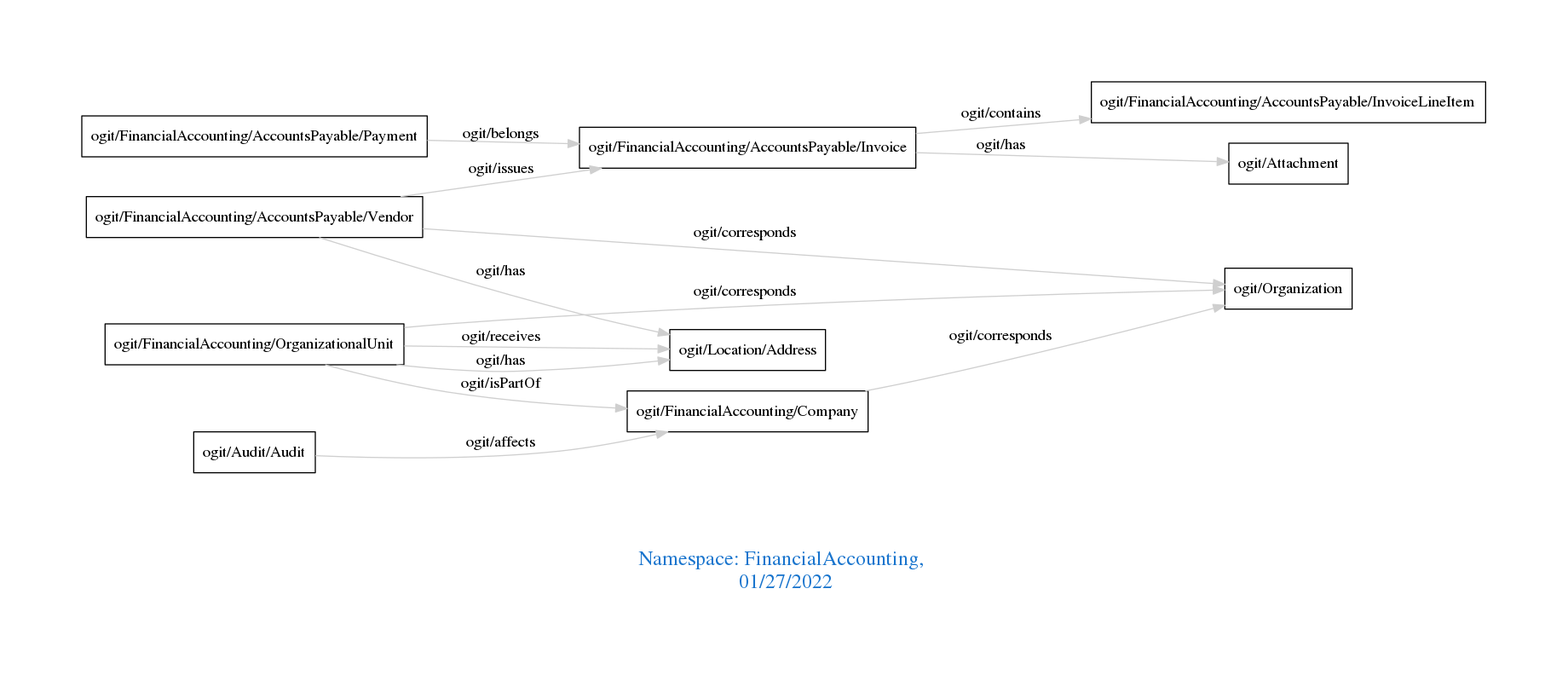
arago/OGIT keeps this Graphviz diagram as downloads/FinancialAccounting.png. Above is the earlier version. Its source is kept beside it as downloads/FinancialAccounting.dot.
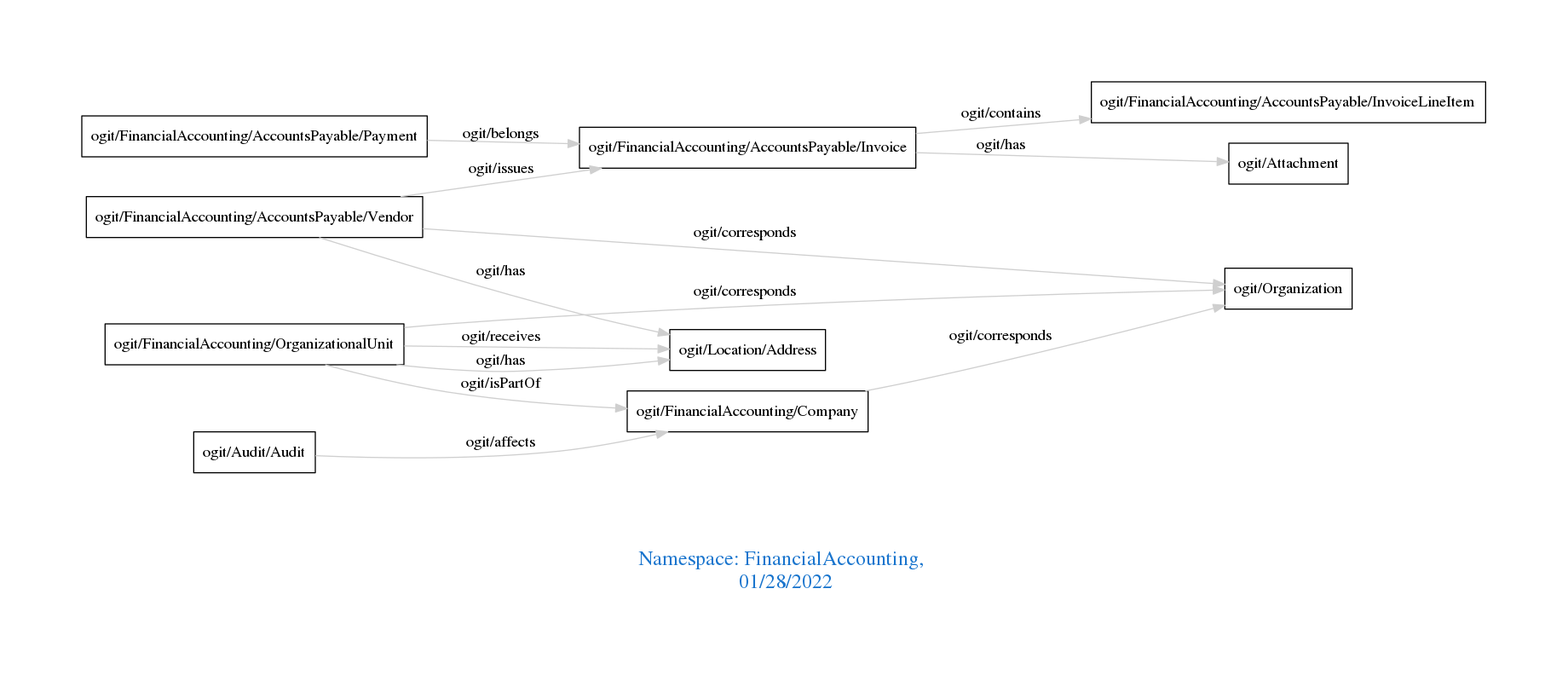
Later version of the same file.

The edit, as a diff of the source:
```diff
@@ -1,20 +1,20 @@
 digraph OGIT_ontology {
  graph [ rankdir= LR,pad=1
 fontsize = 18,
-fontcolor= dodgerblue3,label = "\n\n\nNamespace: FinancialAccounting, \n 01/27/2022"];
+fontcolor= dodgerblue3,label = "\n\n\nNamespace: FinancialAccounting, \n 01/28/2022"];
 node[shape=polygon];
 edge [  color="gray81"];
 
    "ogit/FinancialAccounting/AccountsPayable/Invoice" -> "ogit/FinancialAccounting/AccountsPayable/InvoiceLineItem" [label="   ogit/contains    "];
+   "ogit/FinancialAccounting/AccountsPayable/Vendor" -> "ogit/Organization" [label="   ogit/corresponds    "];
+   "ogit/FinancialAccounting/Company" -> "ogit/Organization" [label="   ogit/corresponds    "];
    "ogit/FinancialAccounting/OrganizationalUnit" -> "ogit/Organization" [label="   ogit/corresponds    "];
-   "ogit/FinancialAccounting/Company" -> "ogit/Organization" [label="   ogit/corresponds    "];
-   "ogit/FinancialAccounting/AccountsPayable/Vendor" -> "ogit/Organization" [label="   ogit/corresponds    "];
    "ogit/FinancialAccounting/AccountsPayable/Vendor" -> "ogit/FinancialAccounting/AccountsPayable/Invoice" [label="   ogit/issues    "];
    "ogit/Audit/Audit" -> "ogit/FinancialAccounting/Company" [label="   ogit/affects    "];
    "ogit/FinancialAccounting/AccountsPayable/Payment" -> "ogit/FinancialAccounting/AccountsPayable/Invoice" [label="   ogit/belongs    "];
    "ogit/FinancialAccounting/OrganizationalUnit" -> "ogit/Location/Address" [label="   ogit/receives    "];
+   "ogit/FinancialAccounting/AccountsPayable/Invoice" -> "ogit/Attachment" [label="   ogit/has    "];
+   "ogit/FinancialAccounting/AccountsPayable/Vendor" -> "ogit/Location/Address" [label="   ogit/has    "];
    "ogit/FinancialAccounting/OrganizationalUnit" -> "ogit/Location/Address" [label="   ogit/has    "];
-   "ogit/FinancialAccounting/AccountsPayable/Vendor" -> "ogit/Location/Address" [label="   ogit/has    "];
-   "ogit/FinancialAccounting/AccountsPayable/Invoice" -> "ogit/Attachment" [label="   ogit/has    "];
    "ogit/FinancialAccounting/OrganizationalUnit" -> "ogit/FinancialAccounting/Company" [label="   ogit/isPartOf    "];
 }
```
